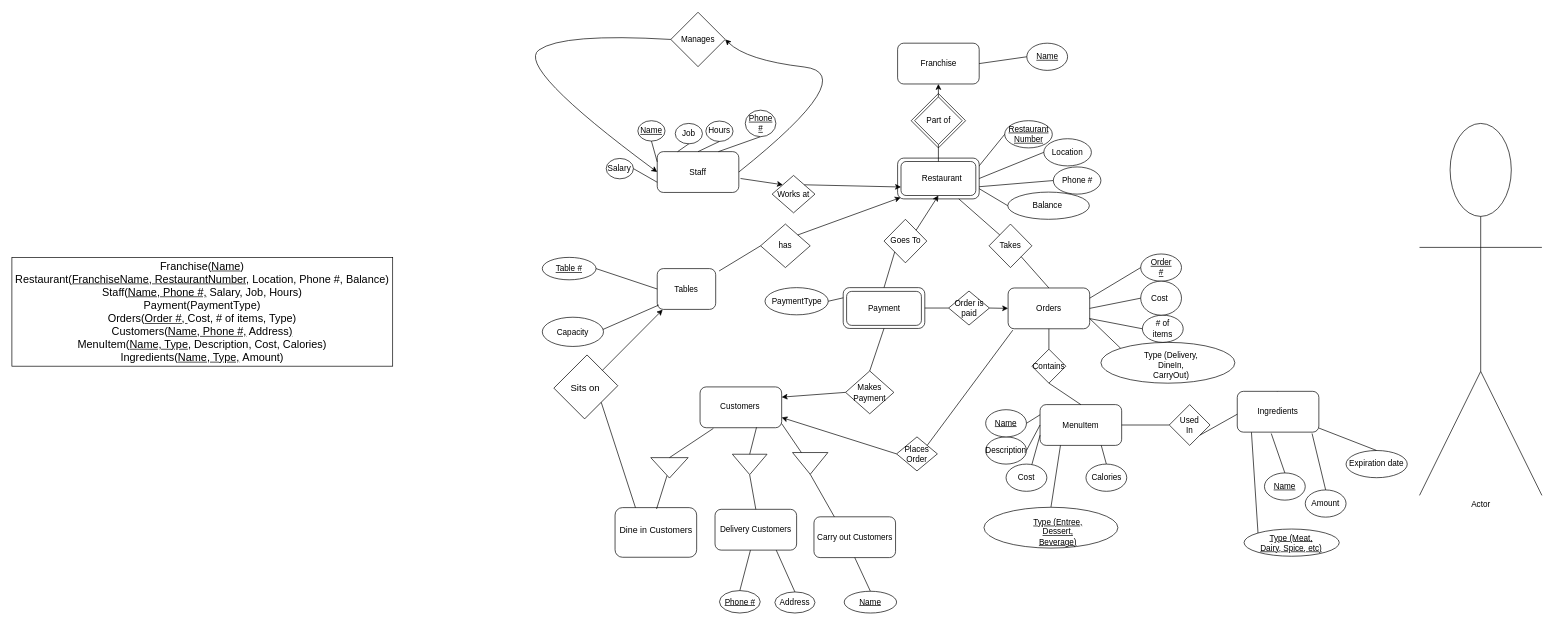
yeongKo/git-training keeps this draw.io diagram as Copy of Copy of Copy of Copy of E/R Diagram.drawio. Above is the earlier version. Source tidied: cells renumbered, new cells numbered last; positions are measured from the earlier drawing's top-left corner, leaving out a move shared by most shapes. Both pictures are drawn from the tidied source at 68%, with x=0, y=0 at pixel (12, 12).
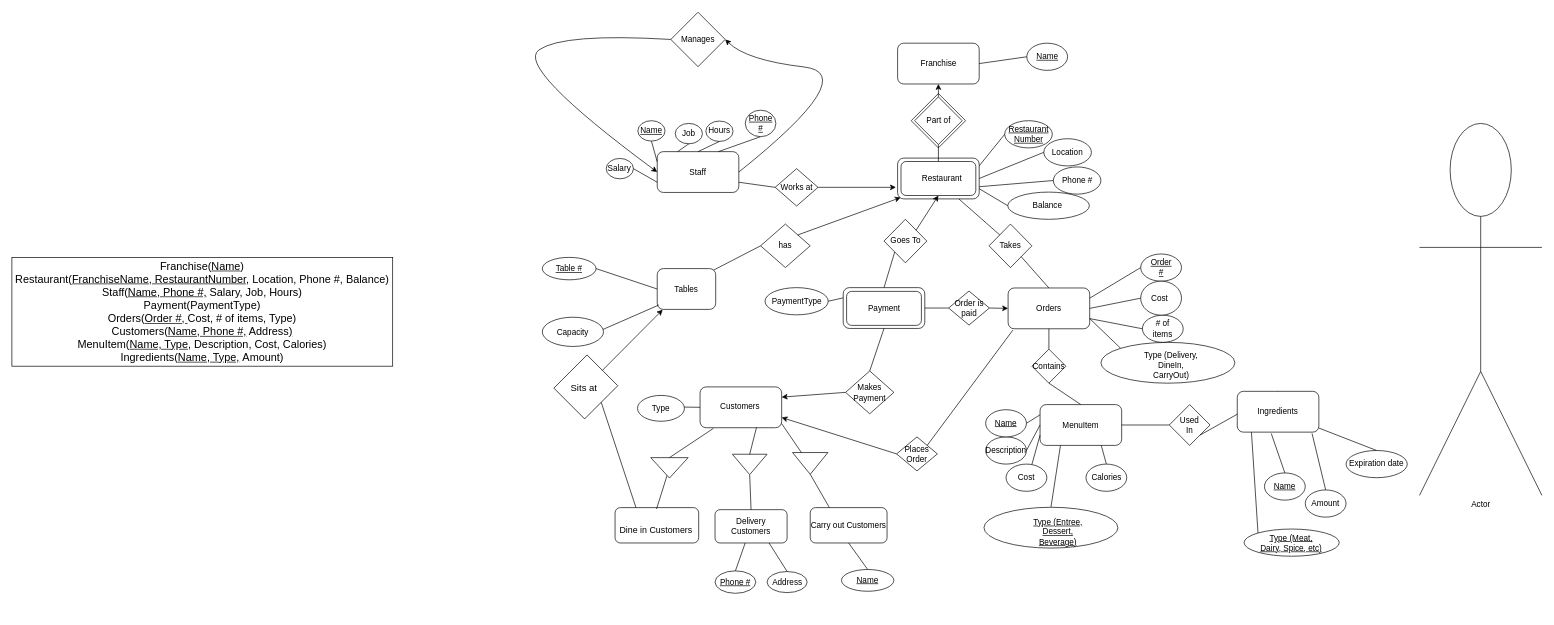
The same diagram, later.

The change refers to these unchanged cells:
```xml
<mxCell id="8" style="group;" parent="1" vertex="1">
  <mxGeometry x="1137" y="570" width="915" height="231.5" as="geometry" />
</mxCell>
<mxCell id="81" style="rounded=1;whiteSpace=wrap;html=1;" parent="80" vertex="1">
  <mxGeometry width="120" height="60" as="geometry" />
</mxCell>
<mxCell id="109" style="rounded=1;whiteSpace=wrap;html=1;" parent="1" vertex="1">
  <mxGeometry x="1307.5" y="219" width="110" height="50" as="geometry" />
</mxCell>
<mxCell id="148" style="rounded=1;whiteSpace=wrap;html=1;" parent="1" vertex="1">
  <mxGeometry x="1012" y="550.5" width="120" height="60" as="geometry" />
</mxCell>
<mxCell id="181" value="Tables" style="rounded=1;whiteSpace=wrap;html=1;" parent="1" vertex="1">
  <mxGeometry x="949" y="376.5" width="86" height="60" as="geometry" />
</mxCell>
<mxCell id="182" value="has" style="rhombus;whiteSpace=wrap;html=1;" parent="1" vertex="1">
  <mxGeometry x="1101" y="311" width="73" height="64" as="geometry" />
</mxCell>
```

Change to the diagram source:
```diff
@@
     <mxCell id="2" style="rounded=1;whiteSpace=wrap;html=1;glass=0;" parent="1" vertex="1">
-      <mxGeometry x="887" y="728" width="120" height="73" as="geometry" />
+      <mxGeometry x="887" y="728" width="123" height="52" as="geometry" />
     </mxCell>
@@
     <mxCell id="55" value="Carry out Customers" style="rounded=1;whiteSpace=wrap;html=1;" parent="8" vertex="1">
-      <mxGeometry x="42.5" y="171.5" width="120" height="60" as="geometry" />
+      <mxGeometry x="37" y="158" width="113" height="52" as="geometry" />
     </mxCell>
@@
-    <mxCell id="117" style="endArrow=classic;html=1;exitX=1.021;exitY=0.658;exitDx=0;exitDy=0;exitPerimeter=0;entryX=0;entryY=0;entryDx=0;entryDy=0;" parent="1" edge="1" source="81" target="118">
-      <mxGeometry relative="1" as="geometry" />
-    </mxCell>
     <mxCell id="118" value="Works at" style="rhombus;whiteSpace=wrap;html=1;" parent="1" vertex="1">
-      <mxGeometry x="1118" y="239.5" width="63" height="55" as="geometry" />
+      <mxGeometry x="1122.5" y="229.5" width="63" height="55" as="geometry" />
     </mxCell>
@@
-    <mxCell id="128" style="endArrow=classic;html=1;exitX=1;exitY=0;exitDx=0;exitDy=0;entryX=0;entryY=0.75;entryDx=0;entryDy=0;" parent="1" edge="1" source="118" target="109">
-      <mxGeometry relative="1" as="geometry" />
+    <mxCell id="128" style="endArrow=classic;html=1;exitX=1;exitY=0.5;exitDx=0;exitDy=0;" parent="1" edge="1" source="118">
+      <mxGeometry relative="1" as="geometry">
+        <mxPoint x="1300" y="257" as="targetPoint" />
+      </mxGeometry>
     </mxCell>
@@
     <mxCell id="150" value="&lt;u&gt;Phone #&lt;/u&gt;" style="ellipse;whiteSpace=wrap;html=1;" parent="1" vertex="1">
-      <mxGeometry x="1040.5" y="850" width="60" height="33" as="geometry" />
+      <mxGeometry x="1034" y="821" width="60" height="33" as="geometry" />
     </mxCell>
@@
     <mxCell id="152" value="Address" style="ellipse;whiteSpace=wrap;html=1;" parent="1" vertex="1">
-      <mxGeometry x="1122" y="852" width="59" height="31" as="geometry" />
+      <mxGeometry x="1110.5" y="822" width="59" height="31" as="geometry" />
     </mxCell>
@@
     <mxCell id="171" value="Delivery Customers" style="rounded=1;whiteSpace=wrap;html=1;" parent="1" vertex="1">
-      <mxGeometry x="1034" y="730.5" width="120" height="60" as="geometry" />
+      <mxGeometry x="1034" y="731" width="106" height="49" as="geometry" />
     </mxCell>
@@
     <mxCell id="179" value="&lt;u&gt;Name&lt;/u&gt;" style="ellipse;whiteSpace=wrap;html=1;" parent="1" vertex="1">
-      <mxGeometry x="1224" y="851" width="77" height="32" as="geometry" />
+      <mxGeometry x="1220" y="819" width="77" height="32" as="geometry" />
     </mxCell>
@@
-    <mxCell id="191" value="&lt;span style=&quot;font-size: 14px&quot;&gt;Sits on&lt;/span&gt;" style="text;html=1;align=left;verticalAlign=top;spacingTop=-4;" parent="1" vertex="1">
-      <mxGeometry x="819.5" y="540.5" width="60" height="20" as="geometry" />
+    <mxCell id="191" value="&lt;span style=&quot;font-size: 14px&quot;&gt;Sits at&lt;/span&gt;" style="text;html=1;align=left;verticalAlign=top;spacingTop=-4;" parent="1" vertex="1">
+      <mxGeometry x="819.5" y="540.5" width="50" height="20" as="geometry" />
     </mxCell>
@@
-    <mxCell id="194" style="endArrow=none;html=1;entryX=0;entryY=0.5;entryDx=0;entryDy=0;" parent="1" edge="1" target="182">
-      <mxGeometry relative="1" as="geometry">
-        <mxPoint x="1040" y="380" as="sourcePoint" />
-      </mxGeometry>
+    <mxCell id="194" style="endArrow=none;html=1;entryX=0;entryY=0.5;entryDx=0;entryDy=0;exitX=0.965;exitY=0.036;exitDx=0;exitDy=0;exitPerimeter=0;" parent="1" edge="1" source="181" target="182">
+      <mxGeometry relative="1" as="geometry" />
     </mxCell>
@@
+    <mxCell id="196" style="endArrow=none;html=1;exitX=0;exitY=0.5;exitDx=0;exitDy=0;" parent="1" edge="1" source="148">
+      <mxGeometry relative="1" as="geometry">
+        <mxPoint x="980" y="580" as="targetPoint" />
+      </mxGeometry>
+    </mxCell>
+    <mxCell id="197" value="Type" style="ellipse;whiteSpace=wrap;html=1;glass=0;" parent="1" vertex="1">
+      <mxGeometry x="920" y="563" width="69" height="38" as="geometry" />
+    </mxCell>
+    <mxCell id="117" style="endArrow=none;html=1;exitX=1;exitY=0.75;exitDx=0;exitDy=0;entryX=0;entryY=0.5;entryDx=0;entryDy=0;" parent="1" edge="1" source="81" target="118">
+      <mxGeometry relative="1" as="geometry" />
+    </mxCell>
```
